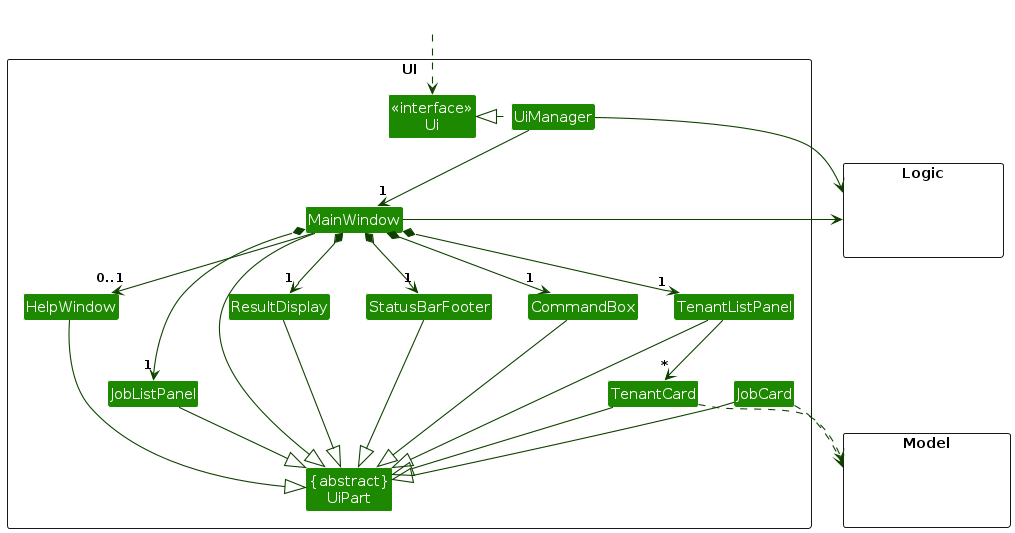
Glacialthorn/tp keeps this PlantUML diagram as diagrams/UiClassDiagram.png. Above is the earlier version. Its source is kept beside it as diagrams/UiClassDiagram.puml. The source it was exported from:
```plantuml
@startuml
!include style.puml
skinparam arrowThickness 1.1
skinparam arrowColor UI_COLOR_T4
skinparam classBackgroundColor UI_COLOR

package UI <<Rectangle>>{
Class "<<interface>>\nUi" as Ui
Class "{abstract}\nUiPart" as UiPart
Class UiManager
Class MainWindow
Class HelpWindow
Class ResultDisplay
Class TenantListPanel
Class TenantCard
Class StatusBarFooter
Class CommandBox
Class JobListPanel
Class JobCard
}

package Model <<Rectangle>> {
Class HiddenModel #FFFFFF
}

package Logic <<Rectangle>> {
Class HiddenLogic #FFFFFF
}

Class HiddenOutside #FFFFFF
HiddenOutside ..> Ui

UiManager .left.|> Ui
UiManager -down-> "1" MainWindow
MainWindow *-down->  "1" CommandBox
MainWindow *-down-> "1" ResultDisplay
MainWindow *-down-> "1" TenantListPanel
MainWindow *-down-> "1" JobListPanel
MainWindow *-down-> "1" StatusBarFooter
MainWindow --> "0..1" HelpWindow

TenantListPanel -down-> "*" TenantCard

MainWindow -left-|> UiPart

ResultDisplay --|> UiPart
CommandBox --|> UiPart
TenantListPanel --|> UiPart
TenantCard --|> UiPart
JobListPanel --|> UiPart
JobCard --|> UiPart
StatusBarFooter --|> UiPart
HelpWindow --|> UiPart

TenantCard ..> Model
JobCard ..> Model
UiManager -right-> Logic
MainWindow -left-> Logic

TenantListPanel -[hidden]left- HelpWindow
HelpWindow -[hidden]left- CommandBox
CommandBox -[hidden]left- ResultDisplay
ResultDisplay -[hidden]left- StatusBarFooter

MainWindow -[hidden]-|> UiPart
@enduml
```
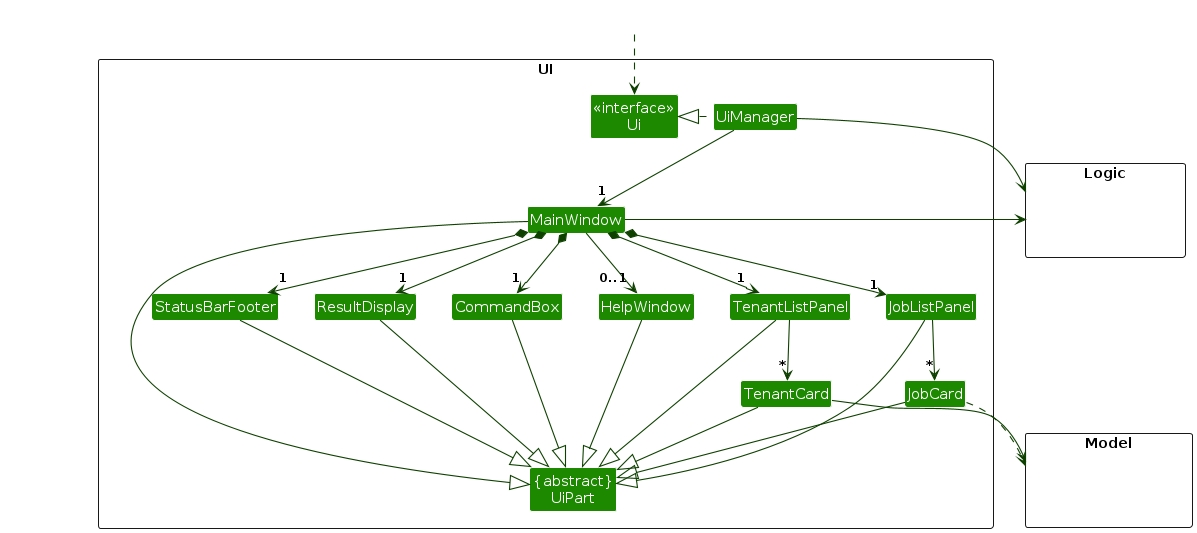
Later version of the same file.

The edit, as a diff of the source:
```diff
@@ -40,6 +40,7 @@
 MainWindow --> "0..1" HelpWindow
 
 TenantListPanel -down-> "*" TenantCard
+JobListPanel -down-> "*" JobCard
 
 MainWindow -left-|> UiPart
 
@@ -52,11 +53,12 @@
 StatusBarFooter --|> UiPart
 HelpWindow --|> UiPart
 
-TenantCard ..> Model
+TenantCard --> Model
 JobCard ..> Model
 UiManager -right-> Logic
 MainWindow -left-> Logic
 
+JobListPanel -[hidden]left- TenantListPanel
 TenantListPanel -[hidden]left- HelpWindow
 HelpWindow -[hidden]left- CommandBox
 CommandBox -[hidden]left- ResultDisplay
```
